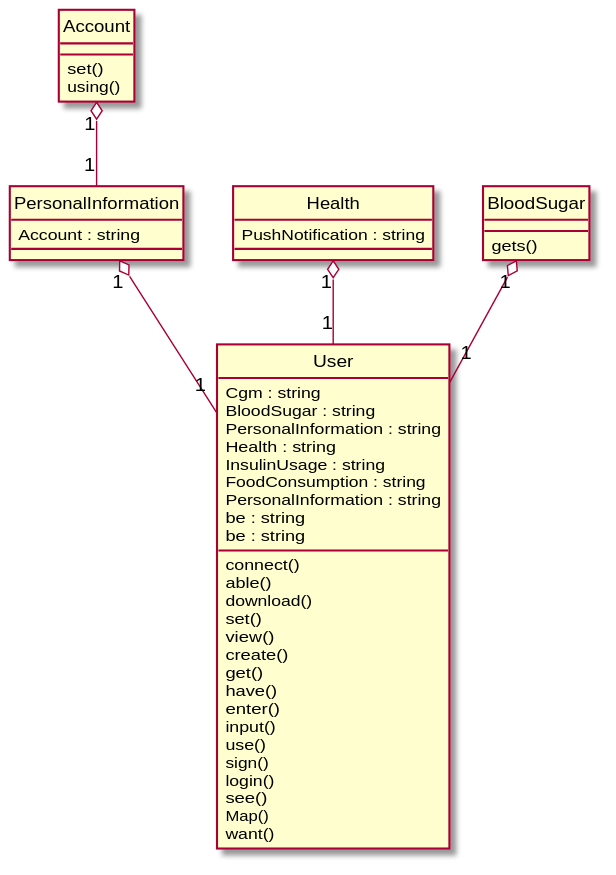
Above: Diagrams/2017-USC-Project06.svg in xixixhalu/DomainModelExtractor (PlantUML), before the change.
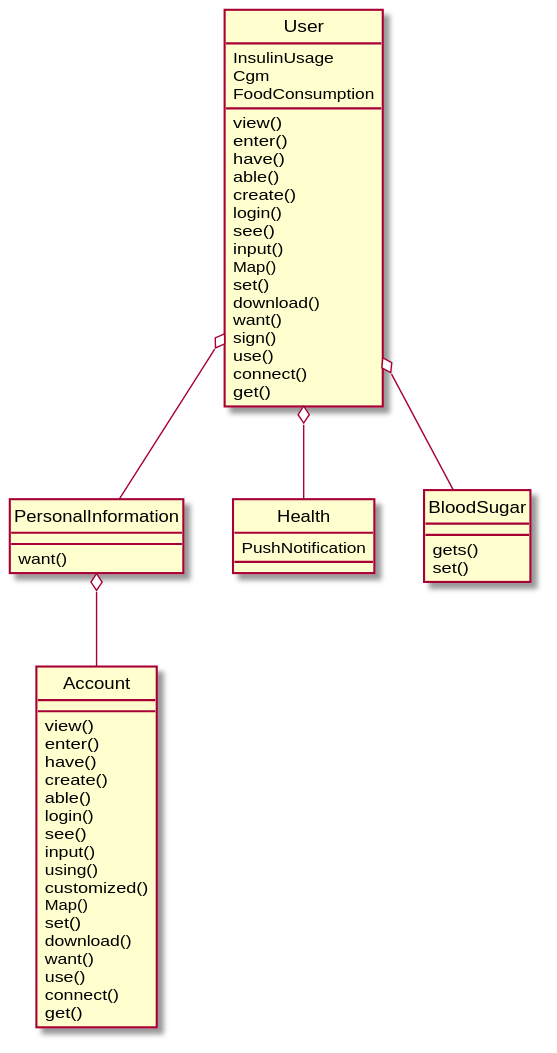
After the commit.

Change to the diagram source:
```diff
@@ -1,47 +1,57 @@
 @startuml
 hide circle
 class User {
-	Cgm : string
-	BloodSugar : string
-	PersonalInformation : string
-	Health : string
-	InsulinUsage : string
-	FoodConsumption : string
-	PersonalInformation : string
-	be : string
-	be : string
-	connect()
+	InsulinUsage
+	Cgm
+	FoodConsumption
+	view()
+	enter()
+	have()
 	able()
-	download()
-	set()
-	view()
 	create()
-	get()
-	have()
-	enter()
-	input()
-	use()
-	sign()
 	login()
 	see()
+	input()
 	Map()
+	set()
+	download()
+	want()
+	sign()
+	use()
+	connect()
+	get()
+}
+class PersonalInformation {
 	want()
 }
-class PersonalInformation {
-	Account : string
-}
 class Health {
-	PushNotification : string
+	PushNotification
 }
 class BloodSugar {
 	gets()
+	set()
 }
 class Account {
+	view()
+	enter()
+	have()
+	create()
+	able()
+	login()
+	see()
+	input()
+	using()
+	customized()
+	Map()
 	set()
-	using()
+	download()
+	want()
+	use()
+	connect()
+	get()
 }
-PersonalInformation "1" o-- "1" User
-Account "1" o-- "1" PersonalInformation
-Health "1" o-- "1" User
-BloodSugar "1" o-- "1" User
+User o-- Health
+PersonalInformation o-- Account
+User o-- PersonalInformation
+User o-- BloodSugar
 @enduml
```
